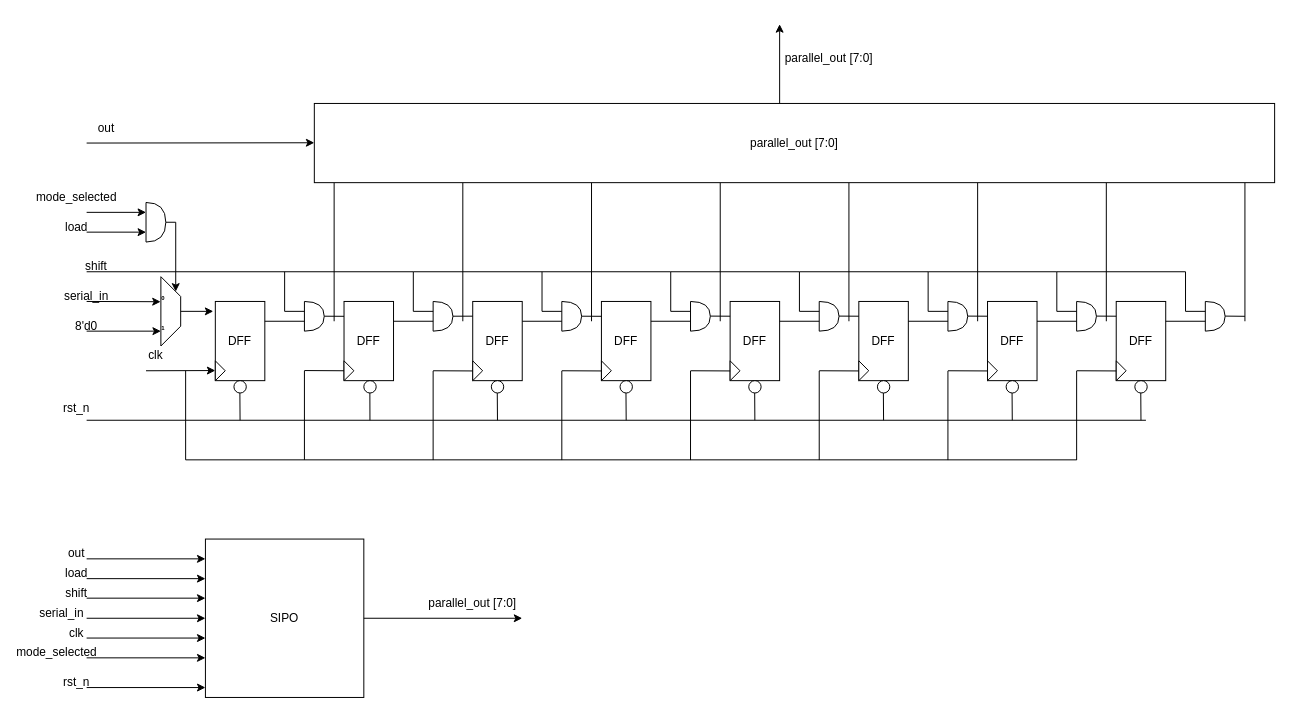
106210049/SIPO_PISO keeps this draw.io diagram as page "SIPO" (4 of 4) of Untitled Diagram.drawio. Above is the earlier version. Source tidied: cells renumbered, new cells numbered last; positions are measured from the earlier drawing's top-left corner, leaving out a move shared by most shapes. Both pictures are drawn from the tidied source at 99%, with x=0, y=0 at pixel (27, 24).
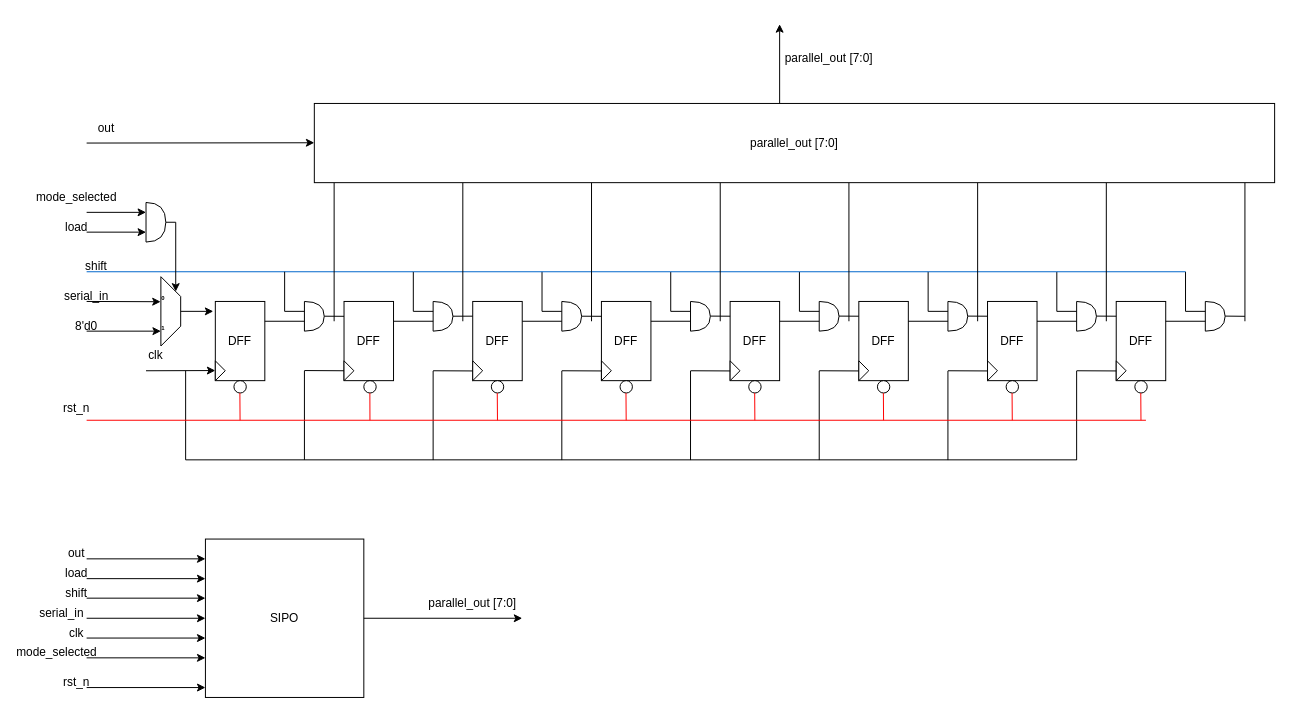
After the change.

What changed in the source:
```diff
@@
-    <mxCell id="4" style="endArrow=none;html=1;rounded=0;" parent="1" edge="1">
+    <mxCell id="4" style="endArrow=none;html=1;rounded=0;strokeColor=#0066CC;" parent="1" edge="1">
       <mxGeometry relative="1" as="geometry">
         <mxPoint x="390" y="250" as="sourcePoint" />
         <mxPoint x="60" y="250" as="targetPoint" />
       </mxGeometry>
     </mxCell>
@@
-    <mxCell id="20" style="endArrow=none;html=1;rounded=0;" parent="1" edge="1">
+    <mxCell id="20" style="endArrow=none;html=1;rounded=0;strokeColor=#0066CC;" parent="1" edge="1">
       <mxGeometry relative="1" as="geometry">
         <mxPoint x="390" y="250" as="sourcePoint" />
         <mxPoint x="520" y="250" as="targetPoint" />
       </mxGeometry>
     </mxCell>
@@
-    <mxCell id="27" style="endArrow=none;html=1;rounded=0;" parent="1" edge="1">
+    <mxCell id="27" style="endArrow=none;html=1;rounded=0;strokeColor=#0066CC;" parent="1" edge="1">
       <mxGeometry relative="1" as="geometry">
         <mxPoint x="520" y="250" as="sourcePoint" />
         <mxPoint x="650" y="250" as="targetPoint" />
       </mxGeometry>
     </mxCell>
@@
-    <mxCell id="34" style="endArrow=none;html=1;rounded=0;" parent="1" edge="1">
+    <mxCell id="34" style="endArrow=none;html=1;rounded=0;strokeColor=#0066CC;" parent="1" edge="1">
       <mxGeometry relative="1" as="geometry">
         <mxPoint x="650" y="250" as="sourcePoint" />
         <mxPoint x="780" y="250" as="targetPoint" />
       </mxGeometry>
     </mxCell>
@@
-    <mxCell id="41" style="endArrow=none;html=1;rounded=0;" parent="1" edge="1">
+    <mxCell id="41" style="endArrow=none;html=1;rounded=0;strokeColor=#0066CC;" parent="1" edge="1">
       <mxGeometry relative="1" as="geometry">
         <mxPoint x="780" y="250" as="sourcePoint" />
         <mxPoint x="910" y="250" as="targetPoint" />
       </mxGeometry>
     </mxCell>
@@
-    <mxCell id="48" style="endArrow=none;html=1;rounded=0;" parent="1" edge="1">
+    <mxCell id="48" style="endArrow=none;html=1;rounded=0;strokeColor=#0066CC;" parent="1" edge="1">
       <mxGeometry relative="1" as="geometry">
         <mxPoint x="910" y="250" as="sourcePoint" />
         <mxPoint x="1040" y="250" as="targetPoint" />
       </mxGeometry>
     </mxCell>
@@
-    <mxCell id="54" style="endArrow=none;html=1;rounded=0;" parent="1" edge="1">
+    <mxCell id="54" style="endArrow=none;html=1;rounded=0;strokeColor=#0066CC;" parent="1" edge="1">
       <mxGeometry relative="1" as="geometry">
         <mxPoint x="1040" y="250" as="sourcePoint" />
         <mxPoint x="1170" y="250" as="targetPoint" />
       </mxGeometry>
     </mxCell>
@@
-    <mxCell id="137" style="endArrow=none;html=1;rounded=0;" parent="1" edge="1">
+    <mxCell id="137" style="endArrow=none;html=1;rounded=0;strokeColor=#FF0000;" parent="1" edge="1">
       <mxGeometry relative="1" as="geometry">
         <mxPoint x="475" y="400" as="sourcePoint" />
         <mxPoint x="474.8" y="372.5" as="targetPoint" />
       </mxGeometry>
     </mxCell>
-    <mxCell id="138" style="endArrow=none;html=1;rounded=0;" parent="1" edge="1">
+    <mxCell id="138" style="endArrow=none;html=1;rounded=0;strokeColor=#FF0000;" parent="1" edge="1">
       <mxGeometry relative="1" as="geometry">
         <mxPoint x="346.2" y="400" as="sourcePoint" />
         <mxPoint x="346.1" y="372.5" as="targetPoint" />
       </mxGeometry>
     </mxCell>
-    <mxCell id="139" style="endArrow=none;html=1;rounded=0;" parent="1" edge="1">
+    <mxCell id="139" style="endArrow=none;html=1;rounded=0;strokeColor=#FF0000;" parent="1" edge="1">
       <mxGeometry relative="1" as="geometry">
         <mxPoint x="215" y="400" as="sourcePoint" />
         <mxPoint x="214.8" y="372.5" as="targetPoint" />
       </mxGeometry>
     </mxCell>
-    <mxCell id="140" style="endArrow=none;html=1;rounded=0;" parent="1" edge="1">
+    <mxCell id="140" style="endArrow=none;html=1;rounded=0;strokeColor=#FF0000;" parent="1" edge="1">
       <mxGeometry relative="1" as="geometry">
         <mxPoint x="605" y="400" as="sourcePoint" />
         <mxPoint x="604.8" y="372.5" as="targetPoint" />
       </mxGeometry>
     </mxCell>
-    <mxCell id="141" style="endArrow=none;html=1;rounded=0;" parent="1" edge="1">
+    <mxCell id="141" style="endArrow=none;html=1;rounded=0;strokeColor=#FF0000;" parent="1" edge="1">
       <mxGeometry relative="1" as="geometry">
         <mxPoint x="735" y="400" as="sourcePoint" />
         <mxPoint x="734.8" y="372.5" as="targetPoint" />
       </mxGeometry>
     </mxCell>
-    <mxCell id="142" style="endArrow=none;html=1;rounded=0;" parent="1" edge="1">
+    <mxCell id="142" style="endArrow=none;html=1;rounded=0;strokeColor=#FF0000;" parent="1" edge="1">
       <mxGeometry relative="1" as="geometry">
         <mxPoint x="865" y="400" as="sourcePoint" />
         <mxPoint x="864.8" y="372.5" as="targetPoint" />
       </mxGeometry>
     </mxCell>
-    <mxCell id="143" style="endArrow=none;html=1;rounded=0;" parent="1" edge="1">
+    <mxCell id="143" style="endArrow=none;html=1;rounded=0;strokeColor=#FF0000;" parent="1" edge="1">
       <mxGeometry relative="1" as="geometry">
         <mxPoint x="995" y="400" as="sourcePoint" />
         <mxPoint x="994.8" y="372.5" as="targetPoint" />
       </mxGeometry>
     </mxCell>
-    <mxCell id="144" style="endArrow=none;html=1;rounded=0;" parent="1" edge="1">
+    <mxCell id="144" style="endArrow=none;html=1;rounded=0;strokeColor=#FF0000;" parent="1" edge="1">
       <mxGeometry relative="1" as="geometry">
         <mxPoint x="1125" y="400" as="sourcePoint" />
         <mxPoint x="1124.8" y="372.5" as="targetPoint" />
       </mxGeometry>
     </mxCell>
-    <mxCell id="145" style="endArrow=none;html=1;rounded=0;" parent="1" edge="1">
+    <mxCell id="145" style="endArrow=none;html=1;rounded=0;strokeColor=#FF0000;" parent="1" edge="1">
       <mxGeometry relative="1" as="geometry">
         <mxPoint x="60" y="400" as="sourcePoint" />
         <mxPoint x="1130" y="400" as="targetPoint" />
       </mxGeometry>
     </mxCell>
```
